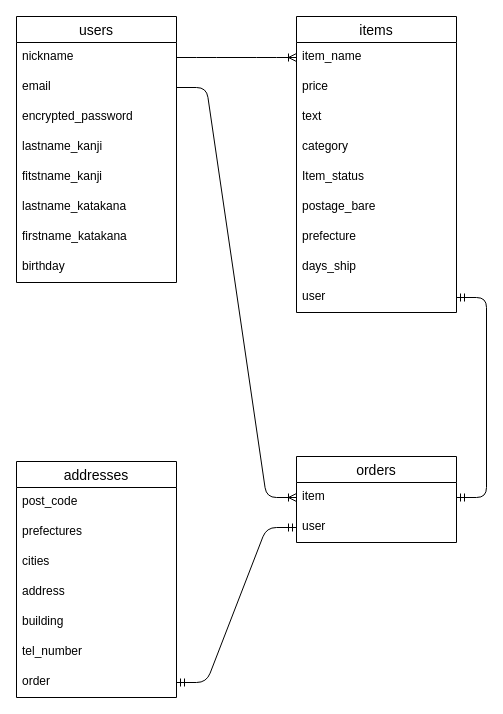
MZYugu/furima-39058 keeps this draw.io diagram as furima_ER.dio. Above is the earlier version. Source tidied: cells renumbered, new cells numbered last; positions are measured from the earlier drawing's top-left corner, leaving out a move shared by most shapes. Both pictures are drawn from the tidied source at 100%, with x=0, y=0 at pixel (16, 16).
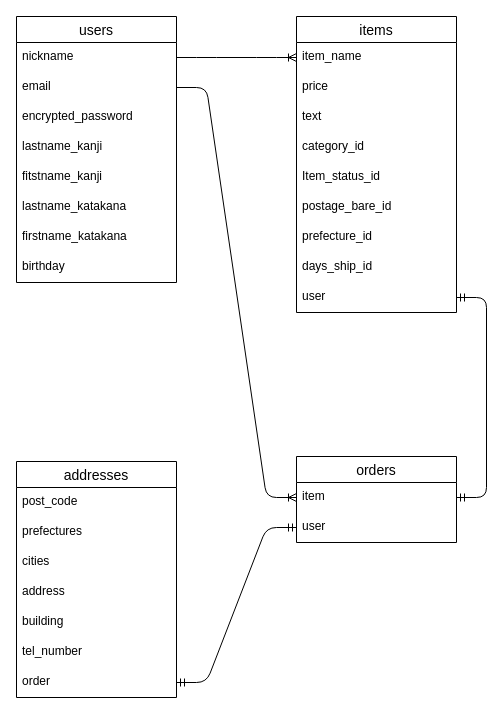
The same diagram, later.

The change refers to these unchanged cells:
```xml
<mxCell id="11" value="items" style="swimlane;fontStyle=0;horizontal=1;startSize=26;align=center;fontSize=14;" parent="1" vertex="1">
  <mxGeometry x="280" width="160" height="296" as="geometry" />
</mxCell>
```

Change to the diagram source:
```diff
@@
-    <mxCell id="15" value="category" style="text;strokeColor=none;fillColor=none;spacingLeft=4;spacingRight=4;overflow=hidden;fontSize=12;" parent="11" vertex="1">
+    <mxCell id="15" value="category_id" style="text;strokeColor=none;fillColor=none;spacingLeft=4;spacingRight=4;overflow=hidden;fontSize=12;" parent="11" vertex="1">
       <mxGeometry y="116" width="160" height="30" as="geometry" />
     </mxCell>
-    <mxCell id="16" value="Item_status" style="text;strokeColor=none;fillColor=none;spacingLeft=4;spacingRight=4;overflow=hidden;fontSize=12;" parent="11" vertex="1">
+    <mxCell id="16" value="Item_status_id" style="text;strokeColor=none;fillColor=none;spacingLeft=4;spacingRight=4;overflow=hidden;fontSize=12;" parent="11" vertex="1">
       <mxGeometry y="146" width="160" height="30" as="geometry" />
     </mxCell>
-    <mxCell id="17" value="postage_bare" style="text;strokeColor=none;fillColor=none;spacingLeft=4;spacingRight=4;overflow=hidden;fontSize=12;" parent="11" vertex="1">
+    <mxCell id="17" value="postage_bare_id" style="text;strokeColor=none;fillColor=none;spacingLeft=4;spacingRight=4;overflow=hidden;fontSize=12;" parent="11" vertex="1">
       <mxGeometry y="176" width="160" height="30" as="geometry" />
     </mxCell>
-    <mxCell id="18" value="prefecture" style="text;strokeColor=none;fillColor=none;spacingLeft=4;spacingRight=4;overflow=hidden;fontSize=12;" parent="11" vertex="1">
+    <mxCell id="18" value="prefecture_id" style="text;strokeColor=none;fillColor=none;spacingLeft=4;spacingRight=4;overflow=hidden;fontSize=12;" parent="11" vertex="1">
       <mxGeometry y="206" width="160" height="30" as="geometry" />
     </mxCell>
-    <mxCell id="19" value="days_ship" style="text;strokeColor=none;fillColor=none;spacingLeft=4;spacingRight=4;overflow=hidden;fontSize=12;" parent="11" vertex="1">
+    <mxCell id="19" value="days_ship_id" style="text;strokeColor=none;fillColor=none;spacingLeft=4;spacingRight=4;overflow=hidden;fontSize=12;" parent="11" vertex="1">
       <mxGeometry y="236" width="160" height="30" as="geometry" />
     </mxCell>
```
